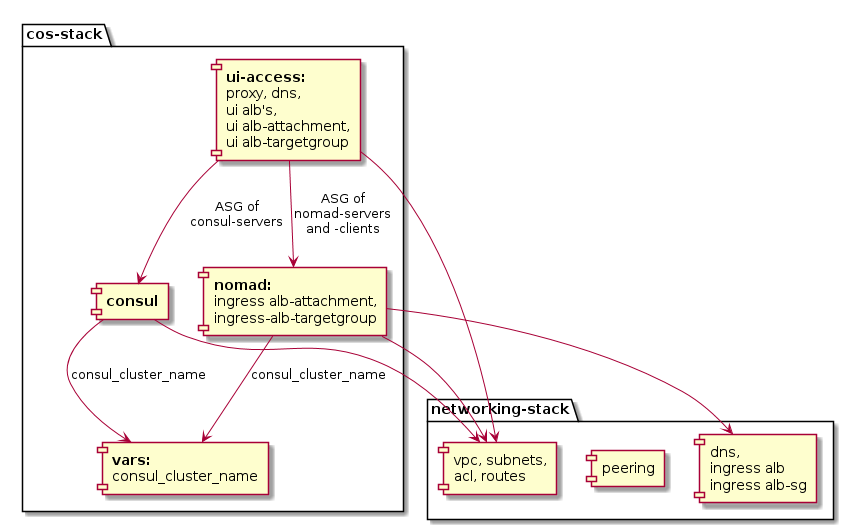
The PlantUML diagram _docs/module-dependencies.png in MatthiasScholz/cos, before a commit.
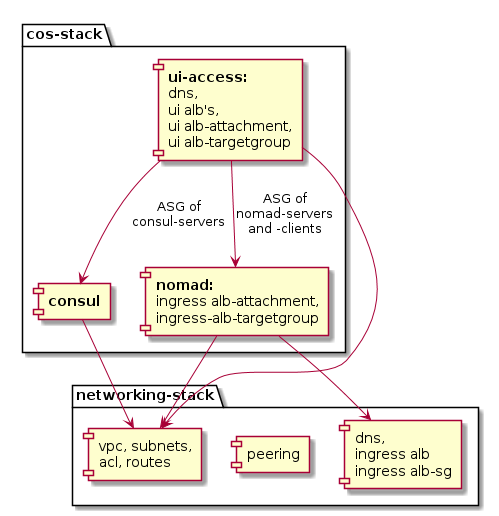
The same file after the commit.

Change to the diagram source:
```diff
@@ -8,9 +8,8 @@
 
 package "cos-stack"{
   [**consul**] as CS
-  [**ui-access:**\nproxy, dns,\nui alb's,\nui alb-attachment,\n ui alb-targetgroup] as UI
+  [**ui-access:**\ndns,\nui alb's,\nui alb-attachment,\n ui alb-targetgroup] as UI
   [**nomad:**\ningress alb-attachment,\n ingress-alb-targetgroup] as NM
-  [**vars:**\nconsul_cluster_name] as VARS
 }
 
 NM --> BNW
@@ -19,7 +18,5 @@
 UI --> BNW
 UI --> NM: ASG of\nnomad-servers\nand -clients
 UI --> CS: ASG of\nconsul-servers
-CS --> VARS: consul_cluster_name
-NM --> VARS: consul_cluster_name
 
 @enduml
```
